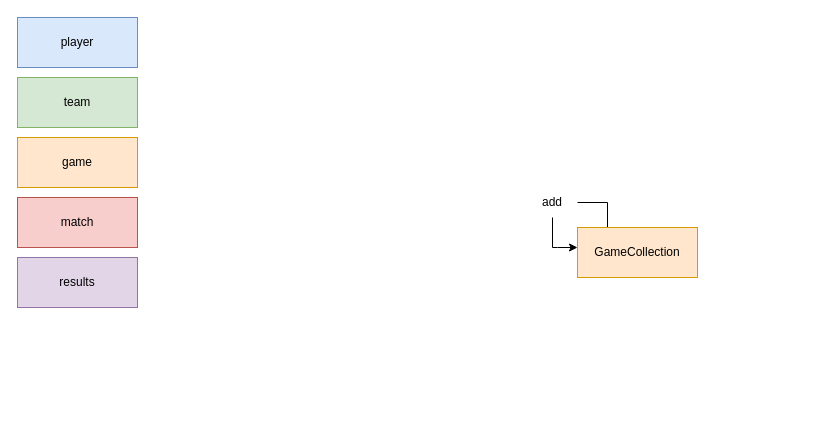
Earlier version of the draw.io diagram media/state-machine.drawio (oja89/BoardGameTracker). Source tidied: cells renumbered, new cells numbered last; positions are measured from the earlier drawing's top-left corner, leaving out a move shared by most shapes. Both pictures are drawn from the tidied source at 100%, with x=0, y=0 at pixel (17, 17).
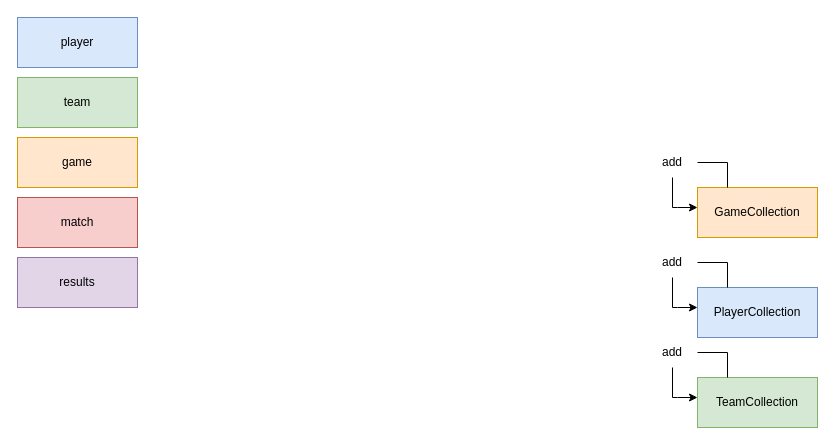
After the change.

Change to the diagram source:
```diff
@@
-    <mxCell id="7" style="edgeStyle=orthogonalEdgeStyle;rounded=0;jettySize=auto;html=1;exitX=0.25;exitY=0;exitDx=0;exitDy=0;entryX=1;entryY=0.5;entryDx=0;entryDy=0;strokeColor=none;" parent="1" edge="1" source="9" target="11">
-      <mxGeometry relative="1" as="geometry">
-        <Array as="points">
-          <mxPoint x="590" y="180" />
-        </Array>
-      </mxGeometry>
-    </mxCell>
-    <mxCell id="8" style="edgeStyle=orthogonalEdgeStyle;rounded=0;jettySize=auto;html=1;exitX=0.25;exitY=0;exitDx=0;exitDy=0;entryX=1;entryY=0.5;entryDx=0;entryDy=0;endSize=6;targetPerimeterSpacing=0;endArrow=none;endFill=0;" parent="1" edge="1" source="9" target="11">
-      <mxGeometry relative="1" as="geometry">
-        <Array as="points">
-          <mxPoint x="590" y="185" />
-        </Array>
-      </mxGeometry>
-    </mxCell>
+    <mxCell id="12" style="group;" parent="1" vertex="1">
+      <mxGeometry x="630" y="130" width="170" height="90" as="geometry" />
+    </mxCell>
-    <mxCell id="9" value="GameCollection" style="rounded=0;whiteSpace=wrap;html=1;fillColor=#ffe6cc;strokeColor=#d79b00;" parent="1" vertex="1">
-      <mxGeometry x="560" y="210" width="120" height="50" as="geometry" />
+    <mxCell id="9" value="GameCollection" style="rounded=0;whiteSpace=wrap;html=1;fillColor=#ffe6cc;strokeColor=#d79b00;" parent="12" vertex="1">
+      <mxGeometry x="50" y="40" width="120" height="50" as="geometry" />
     </mxCell>
-    <mxCell id="10" style="edgeStyle=orthogonalEdgeStyle;rounded=0;jettySize=auto;html=1;exitX=0.5;exitY=1;exitDx=0;exitDy=0;" parent="1" edge="1" source="11">
+    <mxCell id="10" style="edgeStyle=orthogonalEdgeStyle;rounded=0;jettySize=auto;html=1;exitX=0.5;exitY=1;exitDx=0;exitDy=0;" parent="12" edge="1" source="11">
       <mxGeometry relative="1" as="geometry">
-        <mxPoint x="560" y="230" as="targetPoint" />
+        <mxPoint x="50" y="60" as="targetPoint" />
         <Array as="points">
-          <mxPoint x="540" y="230" />
-          <mxPoint x="560" y="230" />
+          <mxPoint x="30" y="60" />
+          <mxPoint x="50" y="60" />
         </Array>
       </mxGeometry>
     </mxCell>
-    <mxCell id="11" value="add" style="rounded=0;whiteSpace=wrap;html=1;fillColor=none;strokeColor=none;" parent="1" vertex="1">
-      <mxGeometry x="510" y="170" width="50" height="30" as="geometry" />
+    <mxCell id="11" value="add" style="rounded=0;whiteSpace=wrap;html=1;fillColor=none;strokeColor=none;" parent="12" vertex="1">
+      <mxGeometry width="50" height="30" as="geometry" />
     </mxCell>
+    <mxCell id="7" style="edgeStyle=orthogonalEdgeStyle;rounded=0;jettySize=auto;html=1;exitX=0.25;exitY=0;exitDx=0;exitDy=0;entryX=1;entryY=0.5;entryDx=0;entryDy=0;strokeColor=none;" parent="12" edge="1" source="9" target="11">
+      <mxGeometry relative="1" as="geometry">
+        <Array as="points">
+          <mxPoint x="80" y="10" />
+        </Array>
+      </mxGeometry>
+    </mxCell>
+    <mxCell id="8" style="edgeStyle=orthogonalEdgeStyle;rounded=0;jettySize=auto;html=1;exitX=0.25;exitY=0;exitDx=0;exitDy=0;entryX=1;entryY=0.5;entryDx=0;entryDy=0;endSize=6;targetPerimeterSpacing=0;endArrow=none;endFill=0;" parent="12" edge="1" source="9" target="11">
+      <mxGeometry relative="1" as="geometry">
+        <Array as="points">
+          <mxPoint x="80" y="15" />
+        </Array>
+      </mxGeometry>
+    </mxCell>
+    <mxCell id="13" style="group;" parent="1" vertex="1">
+      <mxGeometry x="630" y="230" width="170" height="90" as="geometry" />
+    </mxCell>
+    <mxCell id="14" value="PlayerCollection" style="rounded=0;whiteSpace=wrap;html=1;fillColor=#dae8fc;strokeColor=#6c8ebf;" parent="13" vertex="1">
+      <mxGeometry x="50" y="40" width="120" height="50" as="geometry" />
+    </mxCell>
+    <mxCell id="15" style="edgeStyle=orthogonalEdgeStyle;rounded=0;jettySize=auto;html=1;exitX=0.5;exitY=1;exitDx=0;exitDy=0;" parent="13" edge="1" source="16">
+      <mxGeometry relative="1" as="geometry">
+        <mxPoint x="50" y="60" as="targetPoint" />
+        <Array as="points">
+          <mxPoint x="30" y="60" />
+          <mxPoint x="50" y="60" />
+        </Array>
+      </mxGeometry>
+    </mxCell>
+    <mxCell id="16" value="add" style="rounded=0;whiteSpace=wrap;html=1;fillColor=none;strokeColor=none;" parent="13" vertex="1">
+      <mxGeometry width="50" height="30" as="geometry" />
+    </mxCell>
+    <mxCell id="17" style="edgeStyle=orthogonalEdgeStyle;rounded=0;jettySize=auto;html=1;exitX=0.25;exitY=0;exitDx=0;exitDy=0;entryX=1;entryY=0.5;entryDx=0;entryDy=0;strokeColor=none;" parent="13" edge="1" source="14" target="16">
+      <mxGeometry relative="1" as="geometry">
+        <Array as="points">
+          <mxPoint x="80" y="10" />
+        </Array>
+      </mxGeometry>
+    </mxCell>
+    <mxCell id="18" style="edgeStyle=orthogonalEdgeStyle;rounded=0;jettySize=auto;html=1;exitX=0.25;exitY=0;exitDx=0;exitDy=0;entryX=1;entryY=0.5;entryDx=0;entryDy=0;endSize=6;targetPerimeterSpacing=0;endArrow=none;endFill=0;" parent="13" edge="1" source="14" target="16">
+      <mxGeometry relative="1" as="geometry">
+        <Array as="points">
+          <mxPoint x="80" y="15" />
+        </Array>
+      </mxGeometry>
+    </mxCell>
+    <mxCell id="19" style="group;" parent="1" vertex="1">
+      <mxGeometry x="630" y="320" width="170" height="90" as="geometry" />
+    </mxCell>
+    <mxCell id="20" value="TeamCollection" style="rounded=0;whiteSpace=wrap;html=1;fillColor=#d5e8d4;strokeColor=#82b366;" parent="19" vertex="1">
+      <mxGeometry x="50" y="40" width="120" height="50" as="geometry" />
+    </mxCell>
+    <mxCell id="21" style="edgeStyle=orthogonalEdgeStyle;rounded=0;jettySize=auto;html=1;exitX=0.5;exitY=1;exitDx=0;exitDy=0;" parent="19" edge="1" source="22">
+      <mxGeometry relative="1" as="geometry">
+        <mxPoint x="50" y="60" as="targetPoint" />
+        <Array as="points">
+          <mxPoint x="30" y="60" />
+          <mxPoint x="50" y="60" />
+        </Array>
+      </mxGeometry>
+    </mxCell>
+    <mxCell id="22" value="add" style="rounded=0;whiteSpace=wrap;html=1;fillColor=none;strokeColor=none;" parent="19" vertex="1">
+      <mxGeometry width="50" height="30" as="geometry" />
+    </mxCell>
+    <mxCell id="23" style="edgeStyle=orthogonalEdgeStyle;rounded=0;jettySize=auto;html=1;exitX=0.25;exitY=0;exitDx=0;exitDy=0;entryX=1;entryY=0.5;entryDx=0;entryDy=0;strokeColor=none;" parent="19" edge="1" source="20" target="22">
+      <mxGeometry relative="1" as="geometry">
+        <Array as="points">
+          <mxPoint x="80" y="10" />
+        </Array>
+      </mxGeometry>
+    </mxCell>
+    <mxCell id="24" style="edgeStyle=orthogonalEdgeStyle;rounded=0;jettySize=auto;html=1;exitX=0.25;exitY=0;exitDx=0;exitDy=0;entryX=1;entryY=0.5;entryDx=0;entryDy=0;endSize=6;targetPerimeterSpacing=0;endArrow=none;endFill=0;" parent="19" edge="1" source="20" target="22">
+      <mxGeometry relative="1" as="geometry">
+        <Array as="points">
+          <mxPoint x="80" y="15" />
+        </Array>
+      </mxGeometry>
+    </mxCell>
```
